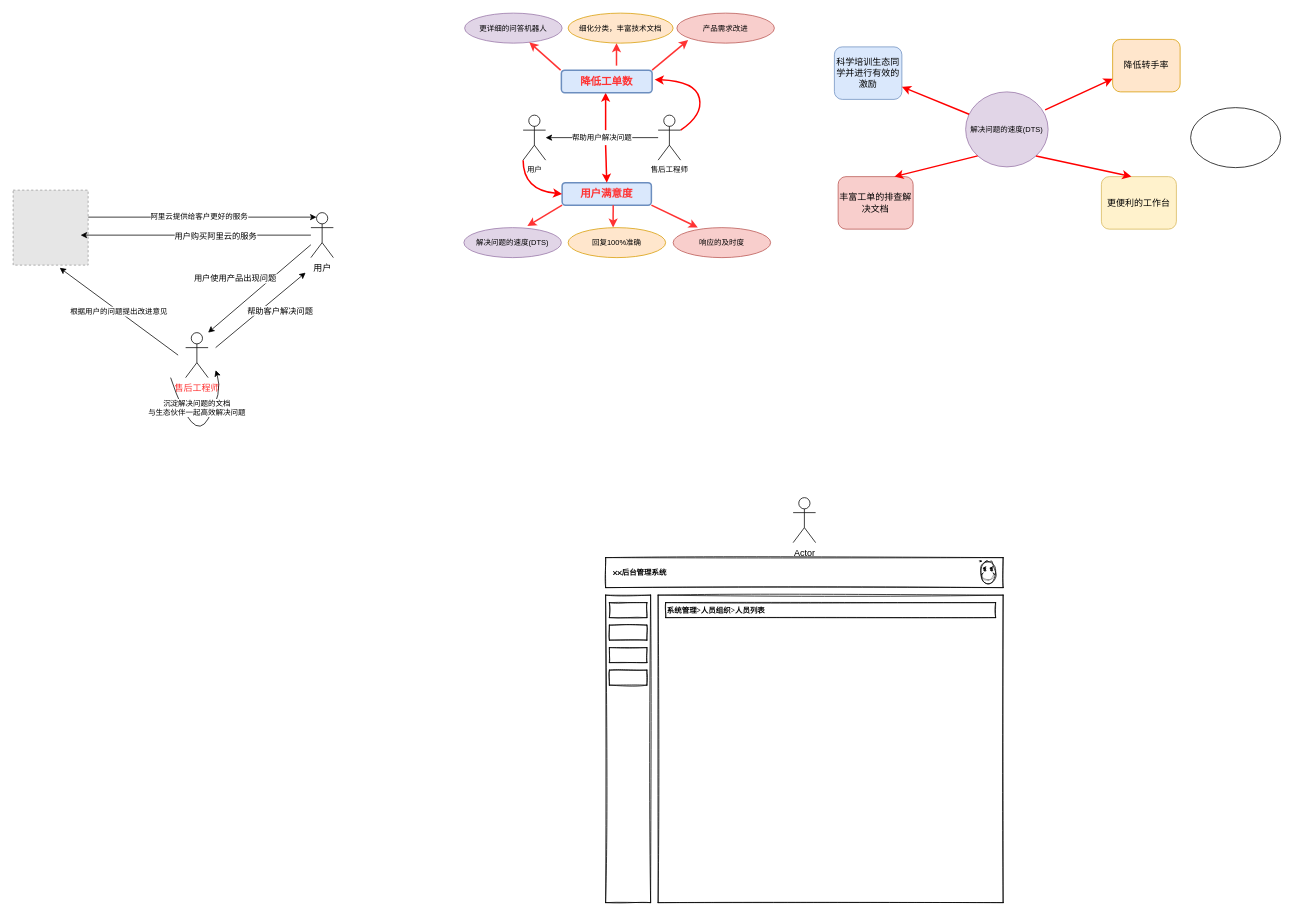
XinBaoCode/digram keeps this draw.io diagram as Untitled Diagram.drawio. Above is the earlier version. Source tidied: cells renumbered, new cells numbered last; positions are measured from the earlier drawing's top-left corner, leaving out a move shared by most shapes. Both pictures are drawn from the tidied source at 75%, with x=0, y=0 at pixel (13, 13). Pictures stored in the file or linked from it are replaced by grey dashed boxes.
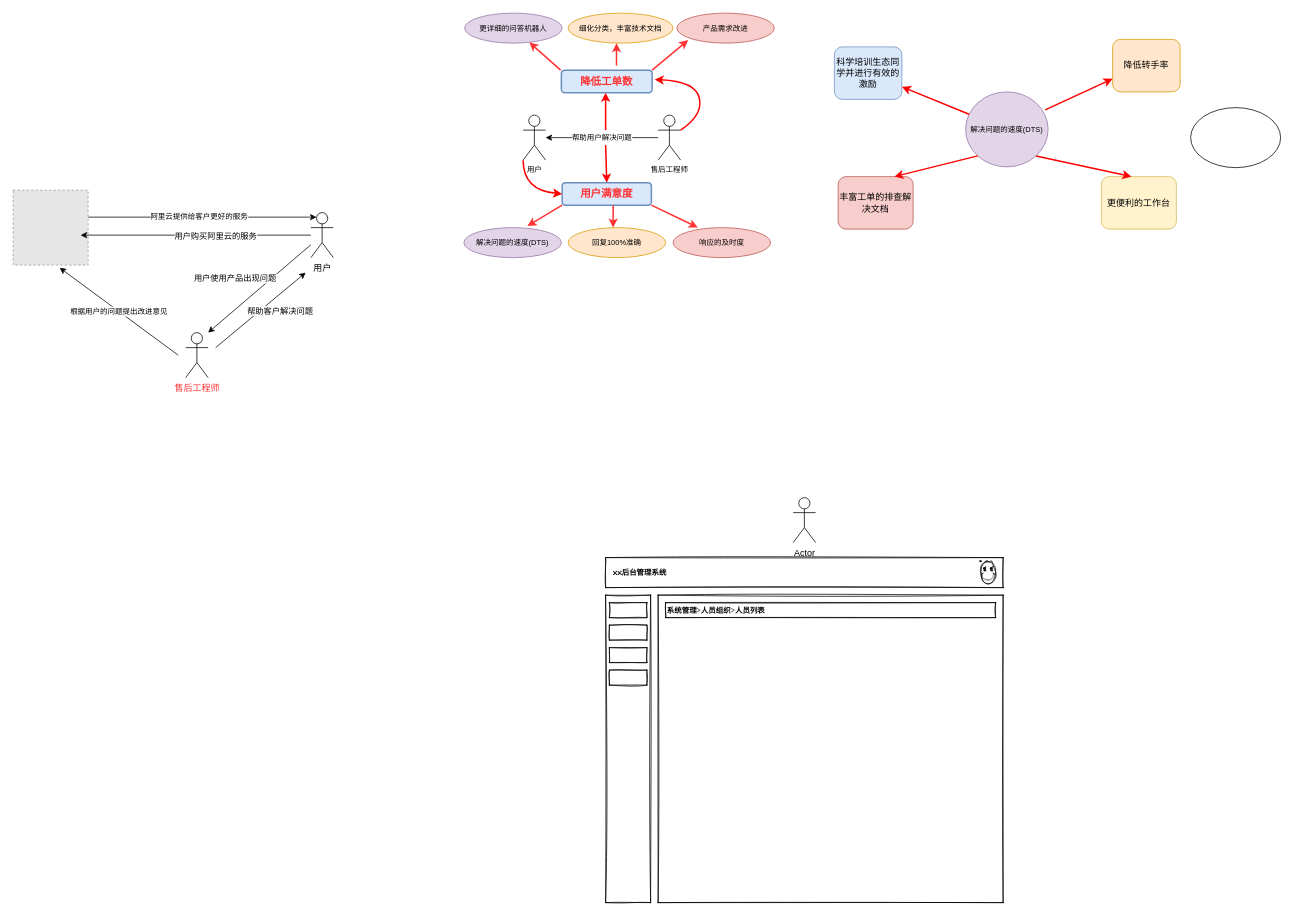
The same diagram, later.

Commit message:
阿里云售后工程师.drawio

Diff of the diagram source:
```diff
@@
-    <mxCell id="24" style="curved=1;endArrow=classic;html=1;rounded=0;fontSize=10;fontColor=#000000;" parent="1" edge="1">
-      <mxGeometry relative="1" as="geometry">
-        <mxPoint x="210" y="486" as="sourcePoint" />
-        <mxPoint x="270" y="476" as="targetPoint" />
-        <Array as="points">
-          <mxPoint x="240" y="576" />
-          <mxPoint x="280" y="506" />
-        </Array>
-      </mxGeometry>
-    </mxCell>
-    <mxCell id="25" value="沉淀解决问题的文档&lt;br&gt;与生态伙伴一起高效解决问题" style="edgeLabel;html=1;align=center;verticalAlign=middle;fontSize=10;fontColor=#000000;" parent="24" vertex="1">
-      <mxGeometry x="-0.42" y="4" relative="1" as="geometry">
-        <mxPoint x="12" y="-16" as="offset" />
-      </mxGeometry>
-    </mxCell>
```
